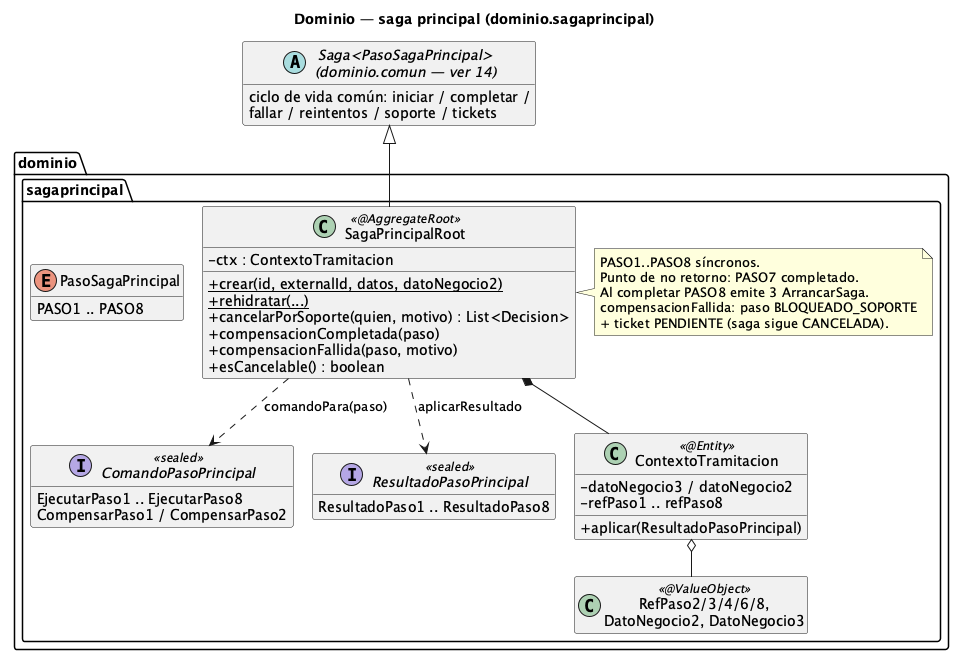
ralcazar/patrones keeps this PlantUML diagram as order-manager/docs/15-clases-dominio-saga-principal.png. Above is the earlier version. Its diagram source:
```plantuml
@startuml 15-clases-dominio-saga-principal
title Dominio — saga principal (dominio.sagaprincipal)
!pragma layout smetana
hide empty members
skinparam classAttributeIconSize 0

abstract class "Saga<PasoSagaPrincipal>\n(dominio.comun — ver 14)" as Saga {
  ciclo de vida común: iniciar / completar /
  fallar / reintentos / soporte / tickets
}

package "dominio.sagaprincipal" {
  class SagaPrincipalRoot <<@AggregateRoot>> {
    -ctx : ContextoTramitacion
    +{static} crear(id, externalId, datos, datoNegocio2)
    +{static} rehidratar(...)
    +cancelarPorSoporte(quien, motivo) : List<Decision>
    +compensacionCompletada(paso)
    +compensacionFallida(paso, motivo)
    +esCancelable() : boolean
  }
  note right of SagaPrincipalRoot
    PASO1..PASO8 síncronos.
    Punto de no retorno: PASO7 completado.
    Al completar PASO8 emite 3 ArrancarSaga.
    compensacionFallida: paso BLOQUEADO_SOPORTE
    + ticket PENDIENTE (saga sigue CANCELADA).
  end note

  enum PasoSagaPrincipal {
    PASO1 .. PASO8
  }
  interface ComandoPasoPrincipal <<sealed>> {
    EjecutarPaso1 .. EjecutarPaso8
    CompensarPaso1 / CompensarPaso2
  }
  interface ResultadoPasoPrincipal <<sealed>> {
    ResultadoPaso1 .. ResultadoPaso8
  }
  class ContextoTramitacion <<@Entity>> {
    -datoNegocio3 / datoNegocio2
    -refPaso1 .. refPaso8
    +aplicar(ResultadoPasoPrincipal)
  }
  class "RefPaso2/3/4/6/8,\nDatoNegocio2, DatoNegocio3" as Refs <<@ValueObject>>
}

Saga <|-down- SagaPrincipalRoot
SagaPrincipalRoot *-- ContextoTramitacion
SagaPrincipalRoot ..> ComandoPasoPrincipal : comandoPara(paso)
SagaPrincipalRoot ..> ResultadoPasoPrincipal : aplicarResultado
ContextoTramitacion o-- Refs
PasoSagaPrincipal -[hidden]down- ComandoPasoPrincipal
@enduml
```
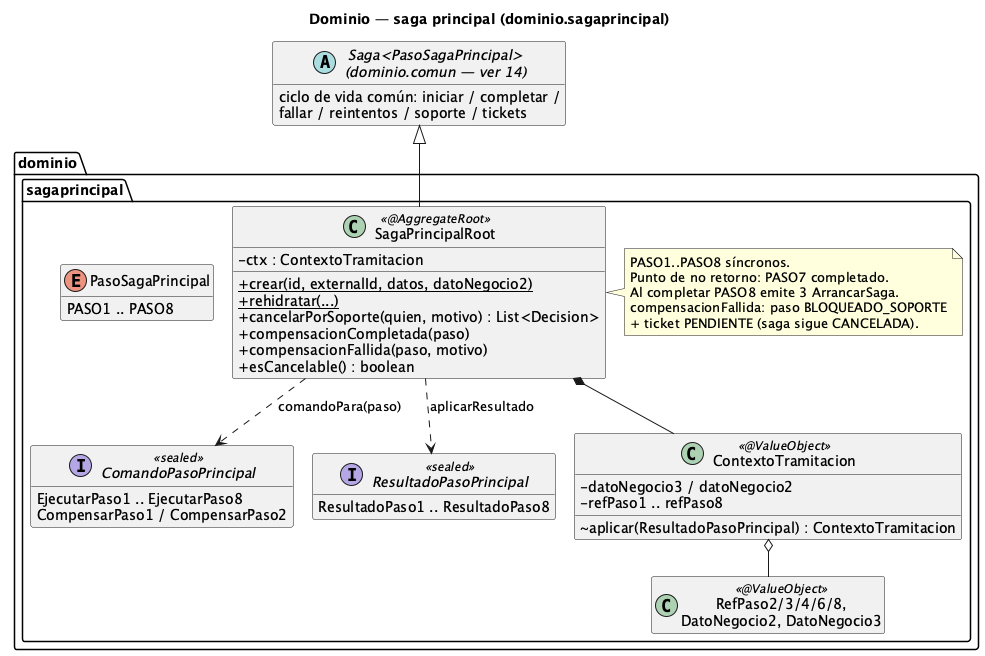
The same file after the commit.

Commit message:
Dominio sin @Entity: EjecucionPaso y ContextoTramitacion como value objects inmutables

Diff of the diagram source:
```diff
@@ -37,10 +37,10 @@
   interface ResultadoPasoPrincipal <<sealed>> {
     ResultadoPaso1 .. ResultadoPaso8
   }
-  class ContextoTramitacion <<@Entity>> {
+  class ContextoTramitacion <<@ValueObject>> {
     -datoNegocio3 / datoNegocio2
     -refPaso1 .. refPaso8
-    +aplicar(ResultadoPasoPrincipal)
+    ~aplicar(ResultadoPasoPrincipal) : ContextoTramitacion
   }
   class "RefPaso2/3/4/6/8,\nDatoNegocio2, DatoNegocio3" as Refs <<@ValueObject>>
 }
```
